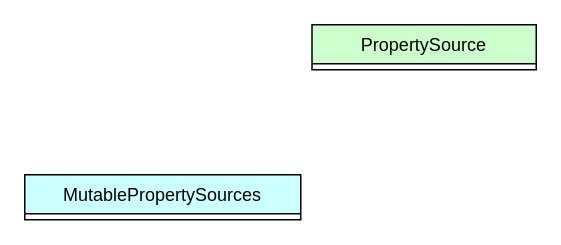
Before: spring/PropertySource.drawio in MuggleStar/draw_io, a draw.io diagram. Source tidied: cells renumbered, new cells numbered last; positions are measured from the earlier drawing's top-left corner, leaving out a move shared by most shapes. Both pictures are drawn from the tidied source at 150%, with x=0, y=0 at pixel (24, 24).
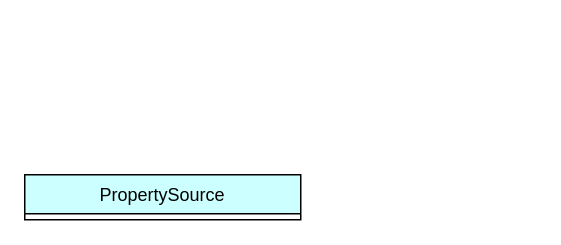
The same page after the edit.

Change to the diagram source:
```diff
@@
 <mxGraphModel>
   <root>
     <mxCell id="0" />
     <mxCell id="1" parent="0" />
-    <mxCell id="2" value="MutablePropertySources" style="swimlane;fontStyle=0;horizontal=1;startSize=26;fillColor=#CCFFFF;direction=east;strokeColor=default;swimlaneLine=1;glass=0;rounded=0;shadow=0;" parent="1" vertex="1" collapsed="1">
+    <mxCell id="2" value="PropertySource" style="swimlane;fontStyle=0;horizontal=1;startSize=26;fillColor=#CCFFFF;direction=east;strokeColor=default;swimlaneLine=1;glass=0;rounded=0;shadow=0;" parent="1" vertex="1" collapsed="1">
       <mxGeometry y="100" width="184" height="30" as="geometry" />
     </mxCell>
-    <mxCell id="3" value="PropertySource" style="swimlane;fontStyle=0;horizontal=1;startSize=26;fillColor=#CCFFCC;direction=east;strokeColor=default;swimlaneLine=1;glass=0;rounded=0;shadow=0;" parent="1" vertex="1" collapsed="1">
-      <mxGeometry x="191.5" width="149.5" height="30" as="geometry" />
-    </mxCell>
   </root>
 </mxGraphModel>
```
